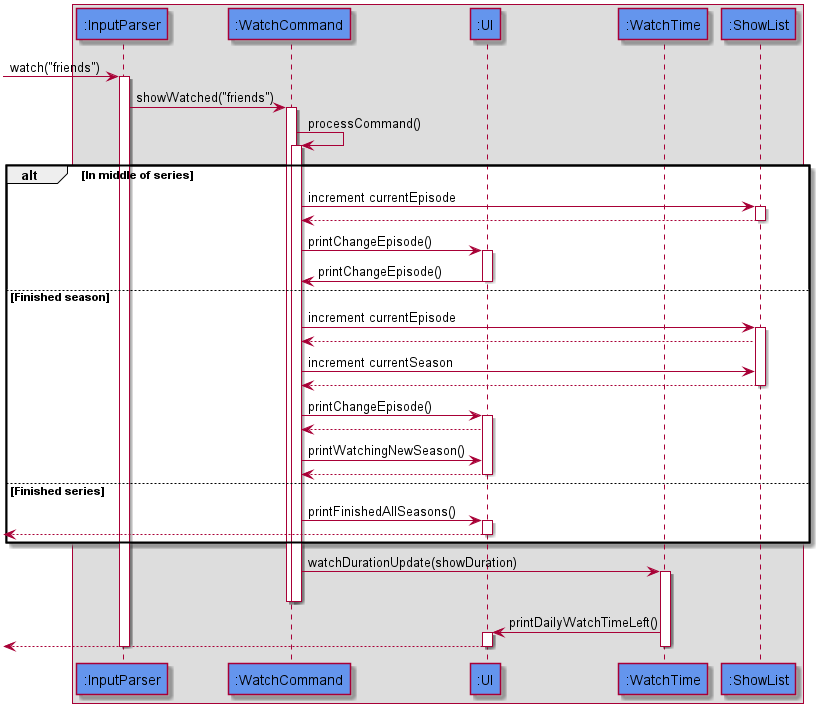
nus-cs2113-AY2021S1/tp keeps this PlantUML diagram as docs/images/WatchCommandSequence.png. Above is the earlier version.
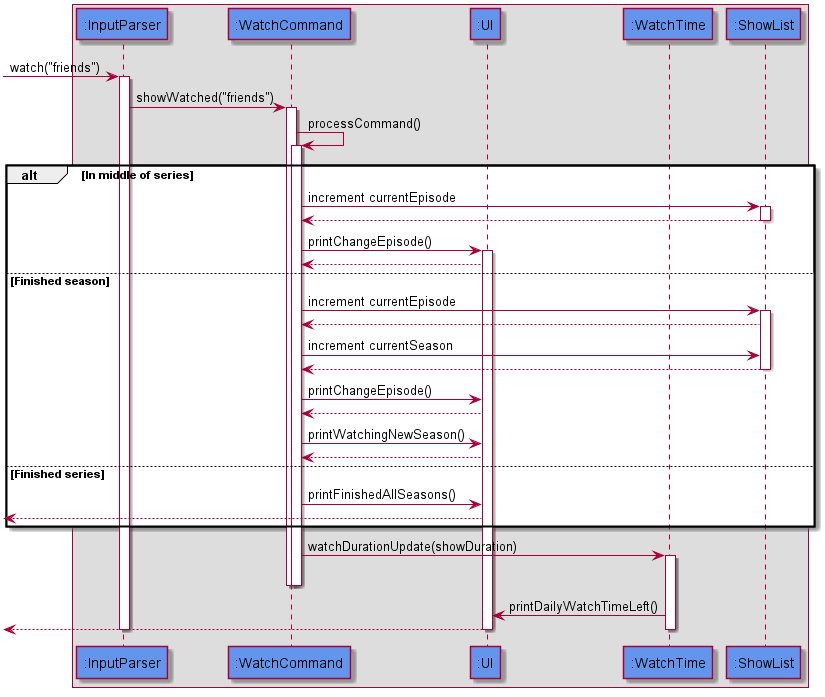
After the change.

Commit message:
WatchCommand seq diagram adjustments

Change to the diagram source:
```diff
@@ -27,8 +27,8 @@
 
 WatchCommand -> UI : printChangeEpisode()
 activate UI
-UI -> WatchCommand : printChangeEpisode()
-deactivate UI
+UI --> WatchCommand :
+
 
 else Finished season
 WatchCommand -> ShowList : increment currentEpisode
@@ -39,18 +39,18 @@
 deactivate ShowList
 
 WatchCommand -> UI : printChangeEpisode()
-activate UI
+
 UI --> WatchCommand :
 WatchCommand -> UI : printWatchingNewSeason()
 UI --> WatchCommand :
-deactivate UI
+
 
 else Finished series
 
 WatchCommand -> UI : printFinishedAllSeasons()
-activate UI
+
 [<--UI :
-deactivate UI
+
 end
 
 WatchCommand -> WatchTime : watchDurationUpdate(showDuration)
@@ -63,7 +63,7 @@
 
 
 WatchTime -> UI : printDailyWatchTimeLeft()
-activate UI
+
 [<--UI :
 deactivate UI
 
```
